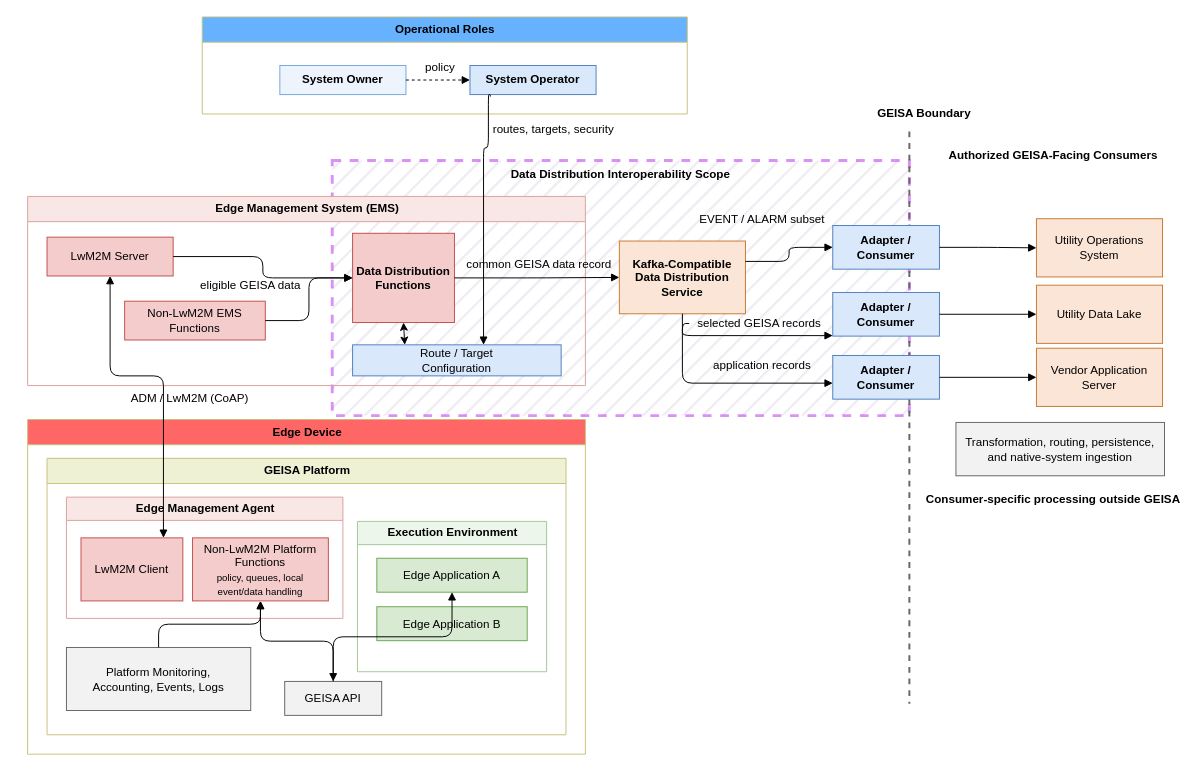
geisa/specification keeps this draw.io diagram as source/adm/data-distribution-highlevel.drawio. Above is the earlier version. Source tidied: cells renumbered, new cells numbered last; positions are measured from the earlier drawing's top-left corner, leaving out a move shared by most shapes. Both pictures are drawn from the tidied source at 97%, with x=0, y=0 at pixel (27, 16).
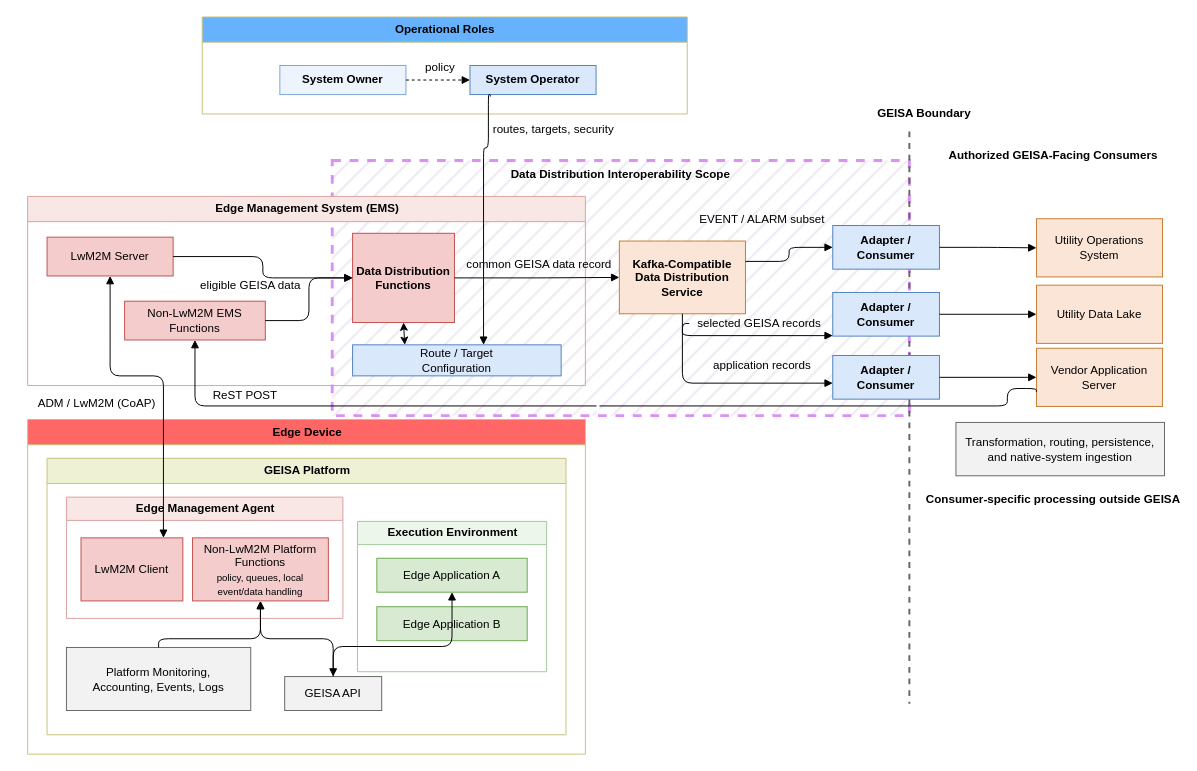
After the change.

Commit message (it also covers changes not shown here):
Refined Data Distribution and northbound messaging

The change refers to these unchanged cells:
```xml
<mxCell id="9" value="Non-LwM2M EMS Functions" style="rounded=0;whiteSpace=wrap;html=1;fillColor=#f4cccc;strokeColor=#c0504d;" parent="7" vertex="1">
  <mxGeometry x="100" y="108" width="145" height="40" as="geometry" />
</mxCell>
<mxCell id="26" value="Vendor Application&lt;br&gt;Server" style="rounded=0;whiteSpace=wrap;html=1;fillColor=#fbe5d6;strokeColor=#c77b30;" parent="1" vertex="1">
  <mxGeometry x="1040" y="341.5" width="130" height="60" as="geometry" />
</mxCell>
<mxCell id="29" value="GEISA Platform" style="swimlane;html=1;rounded=0;startSize=26;fillColor=#eff1d4;strokeColor=#c7c27b;fontStyle=1;" parent="28" vertex="1">
  <mxGeometry x="20" y="40" width="535" height="285" as="geometry" />
</mxCell>
<mxCell id="32" value="Non-LwM2M Platform Functions&lt;br&gt;&lt;font style=&quot;font-size:10px&quot;&gt;policy, queues, local event/data handling&lt;/font&gt;" style="rounded=0;whiteSpace=wrap;html=1;fillColor=#f4cccc;strokeColor=#c0504d;" parent="30" vertex="1">
  <mxGeometry x="130" y="42" width="140" height="65" as="geometry" />
</mxCell>
<mxCell id="33" value="Platform Monitoring,&lt;br&gt;Accounting, Events, Logs" style="rounded=0;whiteSpace=wrap;html=1;fillColor=#f2f2f2;strokeColor=#666666;" parent="29" vertex="1">
  <mxGeometry x="20" y="195" width="190" height="65" as="geometry" />
</mxCell>
<mxCell id="35" value="Edge Application A" style="rounded=0;whiteSpace=wrap;html=1;fillColor=#d9ead3;strokeColor=#6aa84f;" parent="34" vertex="1">
  <mxGeometry x="20" y="38" width="155" height="35" as="geometry" />
</mxCell>
```

Diff of the diagram source:
```diff
@@
     <mxCell id="37" value="GEISA API" style="rounded=0;whiteSpace=wrap;html=1;fillColor=#f2f2f2;strokeColor=#666666;" parent="29" vertex="1">
-      <mxGeometry x="245" y="230" width="100" height="35" as="geometry" />
+      <mxGeometry x="245" y="225" width="100" height="35" as="geometry" />
     </mxCell>
     <mxCell id="38" style="edgeStyle=orthogonalEdgeStyle;rounded=1;jettySize=auto;html=1;startArrow=block;startFill=1;endArrow=block;endFill=1;" parent="29" edge="1" source="35" target="37">
-      <mxGeometry relative="1" as="geometry" />
+      <mxGeometry relative="1" as="geometry">
+        <Array as="points">
+          <mxPoint x="417.5" y="194" />
+          <mxPoint x="295" y="194" />
+        </Array>
+      </mxGeometry>
     </mxCell>
     <mxCell id="39" style="edgeStyle=orthogonalEdgeStyle;rounded=1;jettySize=auto;html=1;endArrow=block;endFill=1;" parent="29" edge="1" source="33" target="32">
-      <mxGeometry relative="1" as="geometry" />
+      <mxGeometry relative="1" as="geometry">
+        <Array as="points">
+          <mxPoint x="115" y="186" />
+          <mxPoint x="220" y="186" />
+        </Array>
+      </mxGeometry>
     </mxCell>
@@
-    <mxCell id="51" value="ADM / LwM2M (CoAP)" style="text;html=1;strokeColor=none;fillColor=none;align=center;verticalAlign=middle;whiteSpace=wrap;" parent="1" vertex="1">
-      <mxGeometry x="85" y="383" width="165" height="20" as="geometry" />
-    </mxCell>
+    <mxCell id="57" value="&amp;nbsp;" style="edgeStyle=orthogonalEdgeStyle;rounded=1;jettySize=auto;html=1;endArrow=block;endFill=1;labelBackgroundColor=#ffffff;exitX=0;exitY=0.75;exitDx=0;exitDy=0;entryX=0.5;entryY=1;entryDx=0;entryDy=0;" parent="1" edge="1" source="26" target="9">
+      <mxGeometry x="-0.01" relative="1" as="geometry">
+        <Array as="points">
+          <mxPoint x="1040" y="383" />
+          <mxPoint x="1010" y="383" />
+          <mxPoint x="1010" y="401" />
+          <mxPoint x="172.5" y="401" />
+        </Array>
+      </mxGeometry>
+    </mxCell>
@@
+    <mxCell id="51" value="ADM / LwM2M (CoAP)" style="text;html=1;strokeColor=none;fillColor=none;align=center;verticalAlign=middle;whiteSpace=wrap;" parent="1" vertex="1">
+      <mxGeometry x="-11" y="389" width="165" height="20" as="geometry" />
+    </mxCell>
+    <mxCell id="58" value="ReST POST" style="text;html=1;strokeColor=none;fillColor=none;align=center;verticalAlign=middle;whiteSpace=wrap;" parent="1" vertex="1">
+      <mxGeometry x="142" y="380" width="165" height="20" as="geometry" />
+    </mxCell>
```
